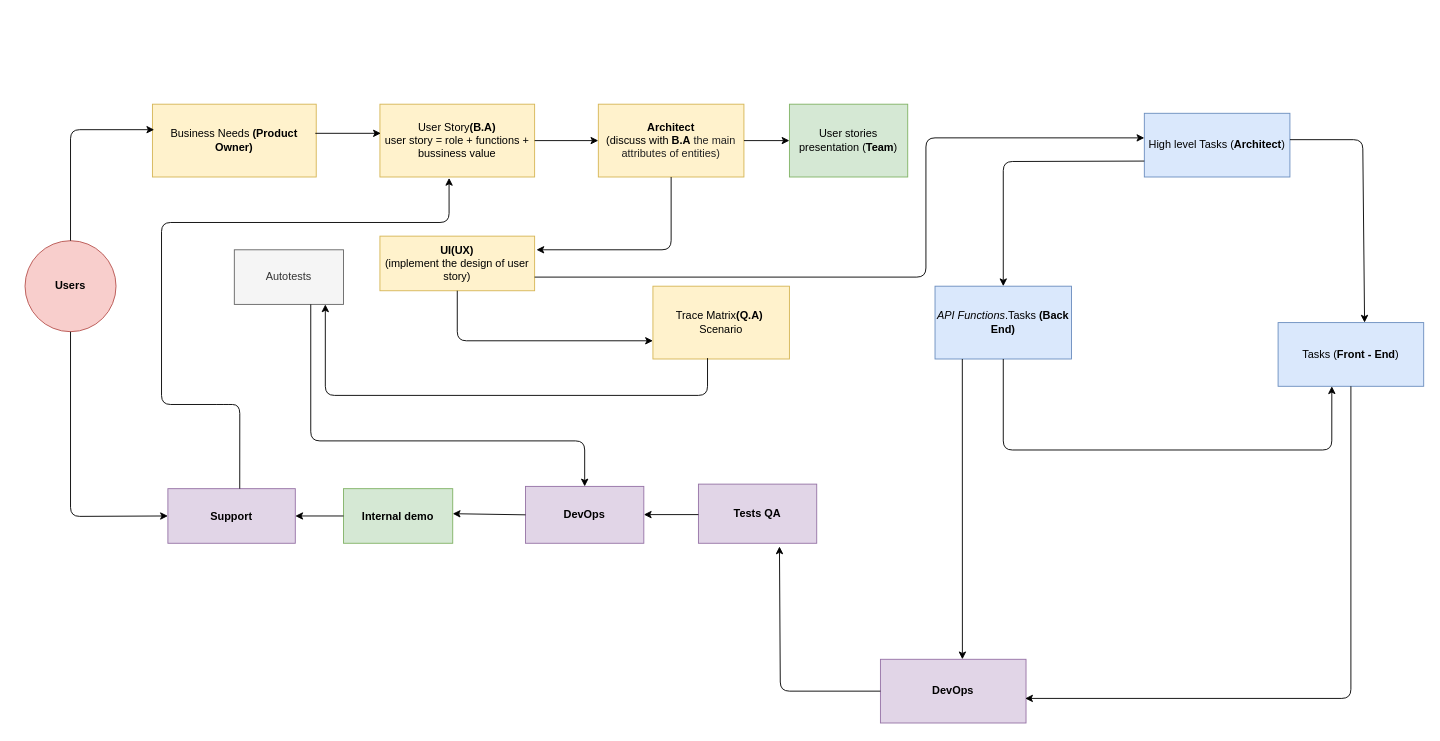
Before: Untitled Diagram.drawio in annastazi02/diagrams, a draw.io diagram. Source tidied: cells renumbered, new cells numbered last; positions are measured from the earlier drawing's top-left corner, leaving out a move shared by most shapes. Both pictures are drawn from the tidied source at 91%, with x=0, y=0 at pixel (25, 104).
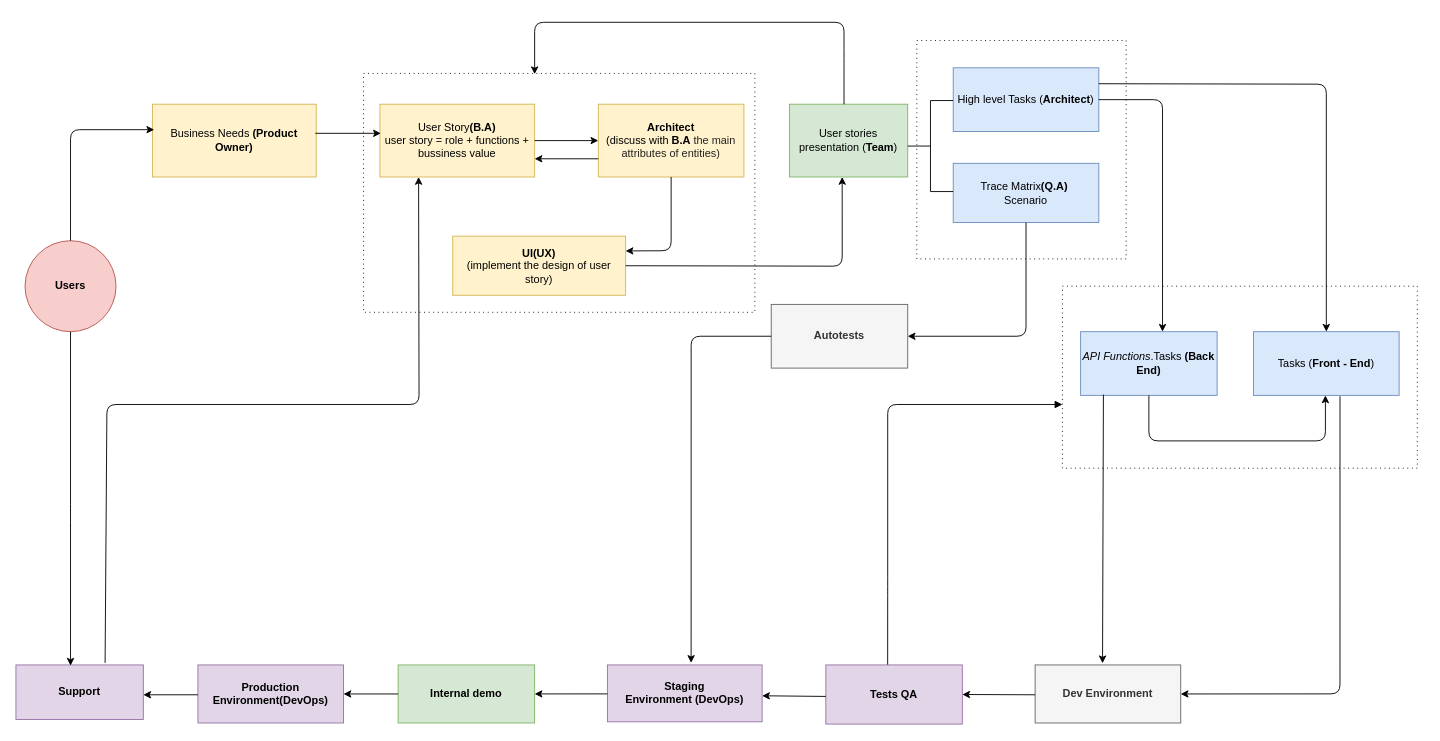
Above is the later version.

The change refers to these unchanged cells:
```xml
<mxCell id="3" value="&lt;b&gt;Users&lt;/b&gt;" style="ellipse;whiteSpace=wrap;html=1;fillColor=#f8cecc;strokeColor=#b85450;" parent="1" vertex="1">
  <mxGeometry y="150" width="100" height="100" as="geometry" />
</mxCell>
<mxCell id="4" value="User Story&lt;b&gt;(B.A)&lt;/b&gt;&lt;br&gt;user story = role + functions + bussiness value" style="rounded=0;whiteSpace=wrap;html=1;fillColor=#fff2cc;strokeColor=#d6b656;" parent="1" vertex="1">
  <mxGeometry x="390" width="170" height="80" as="geometry" />
</mxCell>
<mxCell id="7" value="&lt;b&gt;Architect&lt;/b&gt;&lt;br&gt;(discuss with&lt;b&gt; B.A&amp;nbsp;&lt;/b&gt;&lt;span style=&quot;color: rgb(34 , 34 , 34) ; font-family: inherit ; text-align: left ; white-space: pre-wrap&quot;&gt;&lt;font style=&quot;font-size: 12px&quot;&gt;the main attributes of entities)&lt;/font&gt;&lt;/span&gt;" style="rounded=0;whiteSpace=wrap;html=1;fillColor=#fff2cc;strokeColor=#d6b656;" parent="1" vertex="1">
  <mxGeometry x="630" width="160" height="80" as="geometry" />
</mxCell>
<mxCell id="35" value="User stories presentation (&lt;b&gt;Team&lt;/b&gt;)" style="rounded=0;whiteSpace=wrap;html=1;fillColor=#d5e8d4;strokeColor=#82b366;" parent="1" vertex="1">
  <mxGeometry x="840" width="130" height="80" as="geometry" />
</mxCell>
```

Diff of the diagram source:
```diff
@@
+    <mxCell id="38" style="shape=ext;rounded=0;html=1;whiteSpace=wrap;dashed=1;dashPattern=1 4;strokeWidth=1;" parent="1" vertex="1">
+      <mxGeometry x="372" y="-33.8" width="430" height="262.5" as="geometry" />
+    </mxCell>
+    <mxCell id="39" style="shape=ext;rounded=0;html=1;whiteSpace=wrap;dashed=1;dashPattern=1 4;" parent="1" vertex="1">
+      <mxGeometry x="1140" y="200" width="390" height="200" as="geometry" />
+    </mxCell>
+    <mxCell id="40" style="shape=ext;rounded=0;html=1;whiteSpace=wrap;dashed=1;dashPattern=1 4;" parent="1" vertex="1">
+      <mxGeometry x="980" y="-70" width="230" height="240" as="geometry" />
+    </mxCell>
@@
-    <mxCell id="5" value="Trace Matrix&lt;b&gt;(Q.A)&lt;/b&gt;&amp;nbsp;&lt;br&gt;Scenario" style="rounded=0;whiteSpace=wrap;html=1;fillColor=#fff2cc;strokeColor=#d6b656;" parent="1" vertex="1">
-      <mxGeometry x="690" y="200" width="150" height="80" as="geometry" />
+    <mxCell id="5" value="Trace Matrix&lt;b&gt;(Q.A)&lt;/b&gt;&amp;nbsp;&lt;br&gt;Scenario" style="rounded=0;whiteSpace=wrap;html=1;fillColor=#dae8fc;strokeColor=#6c8ebf;" parent="1" vertex="1">
+      <mxGeometry x="1020" y="65" width="160" height="65" as="geometry" />
     </mxCell>
     <mxCell id="6" value="&lt;i&gt;API Functions&lt;/i&gt;.Tasks&amp;nbsp;&lt;b&gt;(Back End)&lt;/b&gt;" style="rounded=0;whiteSpace=wrap;html=1;fillColor=#dae8fc;strokeColor=#6c8ebf;" parent="1" vertex="1">
-      <mxGeometry x="1000" y="200" width="150" height="80" as="geometry" />
+      <mxGeometry x="1160" y="250" width="150" height="70" as="geometry" />
     </mxCell>
@@
     <mxCell id="8" value="Tasks (&lt;b&gt;Front - End&lt;/b&gt;)" style="rounded=0;whiteSpace=wrap;html=1;fillColor=#dae8fc;strokeColor=#6c8ebf;" parent="1" vertex="1">
-      <mxGeometry x="1377" y="240" width="160" height="70" as="geometry" />
+      <mxGeometry x="1350" y="250" width="160" height="70" as="geometry" />
     </mxCell>
     <mxCell id="9" value="High level Tasks (&lt;b&gt;Architect&lt;/b&gt;)" style="rounded=0;whiteSpace=wrap;html=1;fillColor=#dae8fc;strokeColor=#6c8ebf;" parent="1" vertex="1">
-      <mxGeometry x="1230" y="10" width="160" height="70" as="geometry" />
+      <mxGeometry x="1020" y="-40" width="160" height="70" as="geometry" />
     </mxCell>
     <mxCell id="10" value="&lt;b&gt;UI(UX)&lt;/b&gt;&lt;br&gt;(implement the design of user story)" style="rounded=0;whiteSpace=wrap;html=1;fillColor=#fff2cc;strokeColor=#d6b656;" parent="1" vertex="1">
-      <mxGeometry x="390" y="145" width="170" height="60" as="geometry" />
+      <mxGeometry x="470" y="145" width="190" height="65" as="geometry" />
     </mxCell>
-    <mxCell id="11" value="Autotests" style="rounded=0;whiteSpace=wrap;html=1;fillColor=#f5f5f5;strokeColor=#666666;fontColor=#333333;" parent="1" vertex="1">
-      <mxGeometry x="230" y="160" width="120" height="60" as="geometry" />
+    <mxCell id="11" value="&lt;b&gt;Autotests&lt;/b&gt;" style="rounded=0;whiteSpace=wrap;html=1;fillColor=#f5f5f5;strokeColor=#666666;fontColor=#333333;" parent="1" vertex="1">
+      <mxGeometry x="820" y="220" width="150" height="70" as="geometry" />
     </mxCell>
-    <mxCell id="12" value="&lt;b&gt;DevOps&lt;/b&gt;" style="rounded=0;whiteSpace=wrap;html=1;fillColor=#e1d5e7;strokeColor=#9673a6;" parent="1" vertex="1">
-      <mxGeometry x="940" y="610" width="160" height="70" as="geometry" />
+    <mxCell id="12" value="&lt;b&gt;Dev Environment&lt;/b&gt;" style="rounded=0;whiteSpace=wrap;html=1;fillColor=#f5f5f5;strokeColor=#666666;fontColor=#333333;" parent="1" vertex="1">
+      <mxGeometry x="1110" y="616.2" width="160" height="63.8" as="geometry" />
     </mxCell>
     <mxCell id="13" value="&lt;b&gt;Tests QA&lt;/b&gt;" style="rounded=0;whiteSpace=wrap;html=1;fillColor=#e1d5e7;strokeColor=#9673a6;" parent="1" vertex="1">
-      <mxGeometry x="740" y="417.5" width="130" height="65" as="geometry" />
+      <mxGeometry x="880" y="616.2" width="150" height="65" as="geometry" />
     </mxCell>
-    <mxCell id="14" value="&lt;b&gt;DevOps&lt;/b&gt;" style="rounded=0;whiteSpace=wrap;html=1;fillColor=#e1d5e7;strokeColor=#9673a6;" parent="1" vertex="1">
-      <mxGeometry x="550" y="420" width="130" height="62.5" as="geometry" />
+    <mxCell id="14" value="&lt;b&gt;Staging Environment&amp;nbsp;(DevOps)&lt;/b&gt;" style="rounded=0;whiteSpace=wrap;html=1;fillColor=#e1d5e7;strokeColor=#9673a6;" parent="1" vertex="1">
+      <mxGeometry x="640" y="616.2" width="170" height="62.5" as="geometry" />
     </mxCell>
     <mxCell id="15" value="&lt;b&gt;Support&lt;/b&gt;" style="rounded=0;whiteSpace=wrap;html=1;fillColor=#e1d5e7;strokeColor=#9673a6;" parent="1" vertex="1">
-      <mxGeometry x="157" y="422.5" width="140" height="60" as="geometry" />
+      <mxGeometry x="-10" y="616.2" width="140" height="60" as="geometry" />
     </mxCell>
-    <mxCell id="16" style="endArrow=classic;html=1;exitX=0.5;exitY=1;exitDx=0;exitDy=0;entryX=0;entryY=0.5;entryDx=0;entryDy=0;" parent="1" edge="1" source="3" target="15">
+    <mxCell id="16" style="endArrow=classic;html=1;exitX=0.5;exitY=1;exitDx=0;exitDy=0;" parent="1" edge="1" source="3">
       <mxGeometry relative="1" as="geometry">
+        <mxPoint x="50" y="617" as="targetPoint" />
         <Array as="points">
-          <mxPoint x="50" y="453" />
+          <mxPoint x="50" y="450" />
         </Array>
       </mxGeometry>
     </mxCell>
@@
-    <mxCell id="18" style="endArrow=classic;html=1;exitX=0.564;exitY=0;exitDx=0;exitDy=0;exitPerimeter=0;entryX=0.447;entryY=1.013;entryDx=0;entryDy=0;entryPerimeter=0;" parent="1" edge="1" source="15" target="4">
-      <mxGeometry relative="1" as="geometry">
-        <Array as="points">
-          <mxPoint x="236" y="330" />
-          <mxPoint x="220" y="330" />
-          <mxPoint x="150" y="330" />
-          <mxPoint x="150" y="130" />
-          <mxPoint x="466" y="130" />
-        </Array>
-      </mxGeometry>
-    </mxCell>
-    <mxCell id="19" style="endArrow=classic;html=1;exitX=0.7;exitY=1;exitDx=0;exitDy=0;entryX=0.5;entryY=0;entryDx=0;entryDy=0;exitPerimeter=0;" parent="1" edge="1" source="11" target="14">
-      <mxGeometry relative="1" as="geometry">
-        <Array as="points">
-          <mxPoint x="314" y="370" />
-          <mxPoint x="615" y="370" />
-        </Array>
-      </mxGeometry>
-    </mxCell>
@@
-    <mxCell id="21" style="endArrow=classic;html=1;exitX=1;exitY=0.414;exitDx=0;exitDy=0;entryX=0.594;entryY=0;entryDx=0;entryDy=0;exitPerimeter=0;entryPerimeter=0;" parent="1" edge="1" source="9" target="8">
+    <mxCell id="21" style="endArrow=classic;html=1;exitX=1;exitY=0.25;exitDx=0;exitDy=0;entryX=0.5;entryY=0;entryDx=0;entryDy=0;" parent="1" edge="1" source="9" target="8">
       <mxGeometry relative="1" as="geometry">
         <Array as="points">
-          <mxPoint x="1470" y="39" />
+          <mxPoint x="1430" y="-22" />
         </Array>
       </mxGeometry>
     </mxCell>
-    <mxCell id="22" style="endArrow=classic;html=1;exitX=0.5;exitY=1;exitDx=0;exitDy=0;entryX=0.369;entryY=1;entryDx=0;entryDy=0;entryPerimeter=0;" parent="1" edge="1" source="6" target="8">
+    <mxCell id="22" style="endArrow=classic;html=1;exitX=0.5;exitY=1;exitDx=0;exitDy=0;" parent="1" edge="1" source="6">
       <mxGeometry relative="1" as="geometry">
+        <mxPoint x="1429" y="320" as="targetPoint" />
         <Array as="points">
-          <mxPoint x="1075" y="380" />
-          <mxPoint x="1436" y="380" />
+          <mxPoint x="1235" y="370" />
+          <mxPoint x="1429" y="370" />
         </Array>
       </mxGeometry>
     </mxCell>
-    <mxCell id="23" style="endArrow=classic;html=1;exitX=0.5;exitY=1;exitDx=0;exitDy=0;entryX=0.994;entryY=0.614;entryDx=0;entryDy=0;entryPerimeter=0;" parent="1" edge="1" source="8" target="12">
+    <mxCell id="23" style="endArrow=classic;html=1;exitX=0.594;exitY=1.014;exitDx=0;exitDy=0;entryX=1;entryY=0.5;entryDx=0;entryDy=0;exitPerimeter=0;" parent="1" edge="1" source="8" target="12">
       <mxGeometry relative="1" as="geometry">
         <Array as="points">
-          <mxPoint x="1457" y="653" />
+          <mxPoint x="1445" y="648" />
         </Array>
       </mxGeometry>
     </mxCell>
-    <mxCell id="24" style="endArrow=classic;html=1;exitX=0.4;exitY=0.988;exitDx=0;exitDy=0;exitPerimeter=0;" parent="1" edge="1" source="5">
-      <mxGeometry relative="1" as="geometry">
-        <mxPoint x="330" y="220" as="targetPoint" />
-        <Array as="points">
-          <mxPoint x="750" y="320" />
-          <mxPoint x="330" y="320" />
-        </Array>
-      </mxGeometry>
-    </mxCell>
-    <mxCell id="25" style="endArrow=classic;html=1;exitX=0;exitY=0.5;exitDx=0;exitDy=0;entryX=0.685;entryY=1.054;entryDx=0;entryDy=0;entryPerimeter=0;" parent="1" edge="1" source="12" target="13">
-      <mxGeometry relative="1" as="geometry">
-        <Array as="points">
-          <mxPoint x="830" y="645" />
-        </Array>
-      </mxGeometry>
-    </mxCell>
-    <mxCell id="26" style="endArrow=classic;html=1;" parent="1" edge="1">
-      <mxGeometry relative="1" as="geometry">
-        <mxPoint x="740" y="451" as="sourcePoint" />
-        <mxPoint x="680" y="451" as="targetPoint" />
-      </mxGeometry>
-    </mxCell>
-    <mxCell id="27" style="endArrow=classic;html=1;exitX=0;exitY=0.5;exitDx=0;exitDy=0;" parent="1" edge="1" source="14">
+    <mxCell id="27" style="endArrow=classic;html=1;" parent="1" edge="1" target="33">
       <mxGeometry relative="1" as="geometry">
-        <mxPoint x="470" y="450" as="targetPoint" />
+        <mxPoint x="640" y="648" as="sourcePoint" />
       </mxGeometry>
     </mxCell>
-    <mxCell id="28" style="endArrow=classic;html=1;exitX=0.5;exitY=1;exitDx=0;exitDy=0;" parent="1" edge="1" source="7">
+    <mxCell id="28" style="endArrow=classic;html=1;exitX=0.5;exitY=1;exitDx=0;exitDy=0;entryX=1;entryY=0.25;entryDx=0;entryDy=0;" parent="1" edge="1" source="7" target="10">
       <mxGeometry relative="1" as="geometry">
-        <mxPoint x="562" y="160" as="targetPoint" />
         <Array as="points">
-          <mxPoint x="710" y="160" />
+          <mxPoint x="710" y="161" />
         </Array>
       </mxGeometry>
     </mxCell>
-    <mxCell id="29" style="endArrow=classic;html=1;exitX=0.5;exitY=1;exitDx=0;exitDy=0;entryX=0;entryY=0.75;entryDx=0;entryDy=0;" parent="1" edge="1" source="10" target="5">
-      <mxGeometry relative="1" as="geometry">
-        <Array as="points">
-          <mxPoint x="475" y="260" />
-        </Array>
-      </mxGeometry>
-    </mxCell>
@@
-    <mxCell id="31" style="endArrow=classic;html=1;entryX=0;entryY=0.386;entryDx=0;entryDy=0;entryPerimeter=0;exitX=1;exitY=0.75;exitDx=0;exitDy=0;" parent="1" edge="1" source="10" target="9">
-      <mxGeometry relative="1" as="geometry">
-        <Array as="points">
-          <mxPoint x="990" y="190" />
-          <mxPoint x="990" y="37" />
-        </Array>
-      </mxGeometry>
-    </mxCell>
-    <mxCell id="32" style="endArrow=classic;html=1;exitX=0;exitY=0.75;exitDx=0;exitDy=0;entryX=0.5;entryY=0;entryDx=0;entryDy=0;" parent="1" edge="1" source="9" target="6">
-      <mxGeometry relative="1" as="geometry">
-        <Array as="points">
-          <mxPoint x="1075" y="63" />
-        </Array>
-      </mxGeometry>
-    </mxCell>
     <mxCell id="33" value="&lt;b&gt;Internal demo&lt;/b&gt;" style="rounded=0;whiteSpace=wrap;html=1;fillColor=#d5e8d4;strokeColor=#82b366;" parent="1" vertex="1">
-      <mxGeometry x="350" y="422.5" width="120" height="60" as="geometry" />
+      <mxGeometry x="410" y="616.2" width="150" height="63.8" as="geometry" />
     </mxCell>
-    <mxCell id="34" style="endArrow=classic;html=1;entryX=0.563;entryY=0;entryDx=0;entryDy=0;entryPerimeter=0;" parent="1" edge="1" target="12">
-      <mxGeometry relative="1" as="geometry">
-        <mxPoint x="1030" y="280" as="sourcePoint" />
-      </mxGeometry>
+    <mxCell id="34" style="endArrow=classic;html=1;entryX=0.463;entryY=-0.029;entryDx=0;entryDy=0;entryPerimeter=0;exitX=0.167;exitY=0.988;exitDx=0;exitDy=0;exitPerimeter=0;" parent="1" edge="1" source="6" target="12">
+      <mxGeometry relative="1" as="geometry" />
     </mxCell>
@@
-    <mxCell id="36" style="endArrow=classic;html=1;exitX=1;exitY=0.5;exitDx=0;exitDy=0;entryX=0;entryY=0.5;entryDx=0;entryDy=0;" parent="1" edge="1" source="7" target="35">
-      <mxGeometry relative="1" as="geometry" />
+    <mxCell id="36" style="endArrow=classic;html=1;entryX=0.446;entryY=1;entryDx=0;entryDy=0;entryPerimeter=0;exitX=1;exitY=0.5;exitDx=0;exitDy=0;" parent="1" edge="1" source="10" target="35">
+      <mxGeometry relative="1" as="geometry">
+        <Array as="points">
+          <mxPoint x="898" y="178" />
+        </Array>
+      </mxGeometry>
     </mxCell>
-    <mxCell id="37" style="endArrow=classic;html=1;exitX=0;exitY=0.5;exitDx=0;exitDy=0;entryX=1;entryY=0.5;entryDx=0;entryDy=0;" parent="1" edge="1" source="33" target="15">
-      <mxGeometry relative="1" as="geometry" />
-    </mxCell>
+    <mxCell id="41" style="endArrow=classic;html=1;exitX=0;exitY=0.75;exitDx=0;exitDy=0;entryX=1;entryY=0.75;entryDx=0;entryDy=0;" parent="1" edge="1" source="7" target="4">
+      <mxGeometry relative="1" as="geometry" />
+    </mxCell>
+    <mxCell id="42" style="edgeStyle=orthogonalEdgeStyle;rounded=0;jettySize=auto;html=1;exitX=1;exitY=0;exitDx=0;exitDy=0;exitPerimeter=0;" parent="1" edge="1" source="43" target="9">
+      <mxGeometry relative="1" as="geometry">
+        <Array as="points">
+          <mxPoint x="1020" y="-5" />
+        </Array>
+      </mxGeometry>
+    </mxCell>
+    <mxCell id="43" style="strokeWidth=1;html=1;shape=mxgraph.flowchart.annotation_2;align=left;labelPosition=right;" parent="1" vertex="1">
+      <mxGeometry x="970" y="-4" width="50" height="100" as="geometry" />
+    </mxCell>
+    <mxCell id="19" style="endArrow=classic;html=1;entryX=0.541;entryY=-0.036;entryDx=0;entryDy=0;entryPerimeter=0;exitX=0;exitY=0.5;exitDx=0;exitDy=0;" parent="1" edge="1" source="11" target="14">
+      <mxGeometry relative="1" as="geometry">
+        <Array as="points">
+          <mxPoint x="732" y="255" />
+        </Array>
+      </mxGeometry>
+    </mxCell>
+    <mxCell id="44" style="endArrow=classic;html=1;exitX=0.5;exitY=1;exitDx=0;exitDy=0;entryX=1;entryY=0.5;entryDx=0;entryDy=0;" parent="1" edge="1" source="5" target="11">
+      <mxGeometry relative="1" as="geometry">
+        <Array as="points">
+          <mxPoint x="1100" y="255" />
+        </Array>
+      </mxGeometry>
+    </mxCell>
+    <mxCell id="18" style="endArrow=classic;html=1;entryX=0.25;entryY=1;entryDx=0;entryDy=0;exitX=0.7;exitY=-0.037;exitDx=0;exitDy=0;exitPerimeter=0;" parent="1" edge="1" source="15" target="4">
+      <mxGeometry relative="1" as="geometry">
+        <Array as="points">
+          <mxPoint x="90" y="330" />
+          <mxPoint x="433" y="330" />
+        </Array>
+      </mxGeometry>
+    </mxCell>
+    <mxCell id="45" value="&lt;b&gt;Production Environment(DevOps)&lt;/b&gt;" style="rounded=0;whiteSpace=wrap;html=1;fillColor=#e1d5e7;strokeColor=#9673a6;" parent="1" vertex="1">
+      <mxGeometry x="190" y="616.2" width="160" height="63.8" as="geometry" />
+    </mxCell>
+    <mxCell id="32" style="endArrow=classic;html=1;exitX=1;exitY=0.5;exitDx=0;exitDy=0;entryX=0.6;entryY=0;entryDx=0;entryDy=0;entryPerimeter=0;" parent="1" edge="1" source="9" target="6">
+      <mxGeometry relative="1" as="geometry">
+        <Array as="points">
+          <mxPoint x="1250" y="-5" />
+        </Array>
+      </mxGeometry>
+    </mxCell>
+    <mxCell id="46" style="endArrow=block;endFill=1;endSize=6;html=1;strokeWidth=1;exitX=0.453;exitY=-0.004;exitDx=0;exitDy=0;exitPerimeter=0;entryX=0;entryY=0.65;entryDx=0;entryDy=0;entryPerimeter=0;" parent="1" edge="1" source="13" target="39">
+      <mxGeometry relative="1" as="geometry">
+        <Array as="points">
+          <mxPoint x="948" y="530" />
+          <mxPoint x="948" y="330" />
+        </Array>
+      </mxGeometry>
+    </mxCell>
+    <mxCell id="47" style="endArrow=classic;html=1;strokeWidth=1;entryX=1;entryY=0.5;entryDx=0;entryDy=0;" parent="1" edge="1" target="13">
+      <mxGeometry relative="1" as="geometry">
+        <mxPoint x="1110" y="649" as="sourcePoint" />
+      </mxGeometry>
+    </mxCell>
+    <mxCell id="48" style="endArrow=classic;html=1;strokeWidth=1;exitX=0;exitY=0.5;exitDx=0;exitDy=0;" parent="1" edge="1">
+      <mxGeometry relative="1" as="geometry">
+        <mxPoint x="880" y="650.8" as="sourcePoint" />
+        <mxPoint x="810" y="650.1" as="targetPoint" />
+      </mxGeometry>
+    </mxCell>
+    <mxCell id="49" style="endArrow=classic;html=1;strokeWidth=1;exitX=0;exitY=0.5;exitDx=0;exitDy=0;entryX=1;entryY=0.5;entryDx=0;entryDy=0;" parent="1" edge="1" source="33" target="45">
+      <mxGeometry relative="1" as="geometry" />
+    </mxCell>
+    <mxCell id="50" style="endArrow=classic;html=1;strokeWidth=1;" parent="1" edge="1">
+      <mxGeometry relative="1" as="geometry">
+        <mxPoint x="190" y="649" as="sourcePoint" />
+        <mxPoint x="130" y="649" as="targetPoint" />
+      </mxGeometry>
+    </mxCell>
+    <mxCell id="51" style="endArrow=classic;html=1;strokeWidth=1;" parent="1" edge="1">
+      <mxGeometry relative="1" as="geometry">
+        <mxPoint x="900" as="sourcePoint" />
+        <mxPoint x="560" y="-33" as="targetPoint" />
+        <Array as="points">
+          <mxPoint x="900" y="-50" />
+          <mxPoint x="900" y="-90" />
+          <mxPoint x="560" y="-90" />
+        </Array>
+      </mxGeometry>
+    </mxCell>
```
